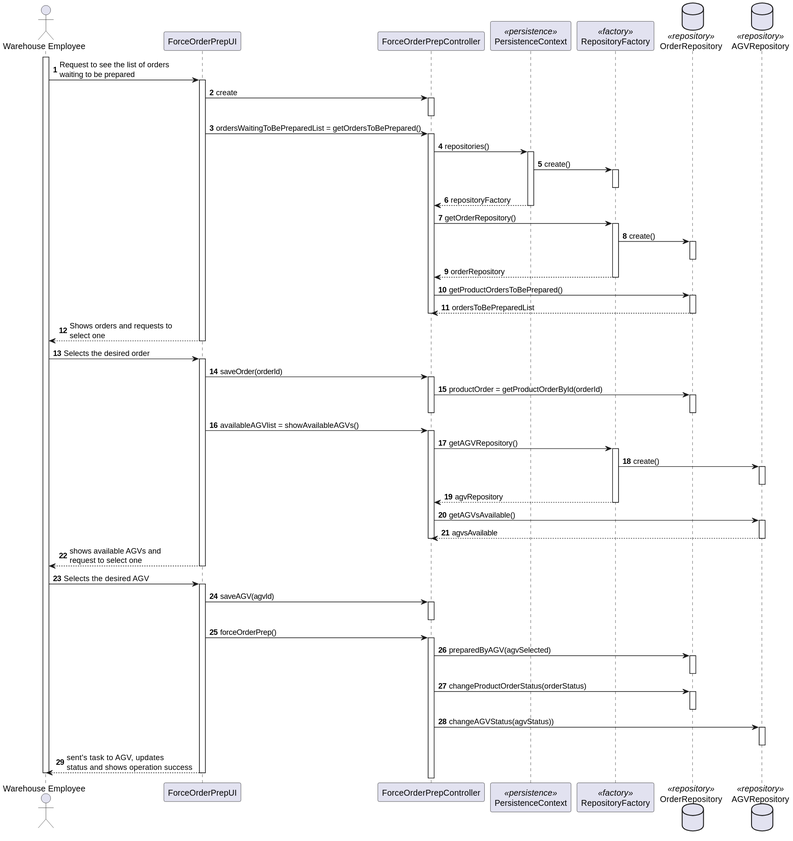
Earlier version of the PlantUML export docs/1201382/US2003/US2003_SD.svg (0franciscor/lei21_22_s4_2de_01).
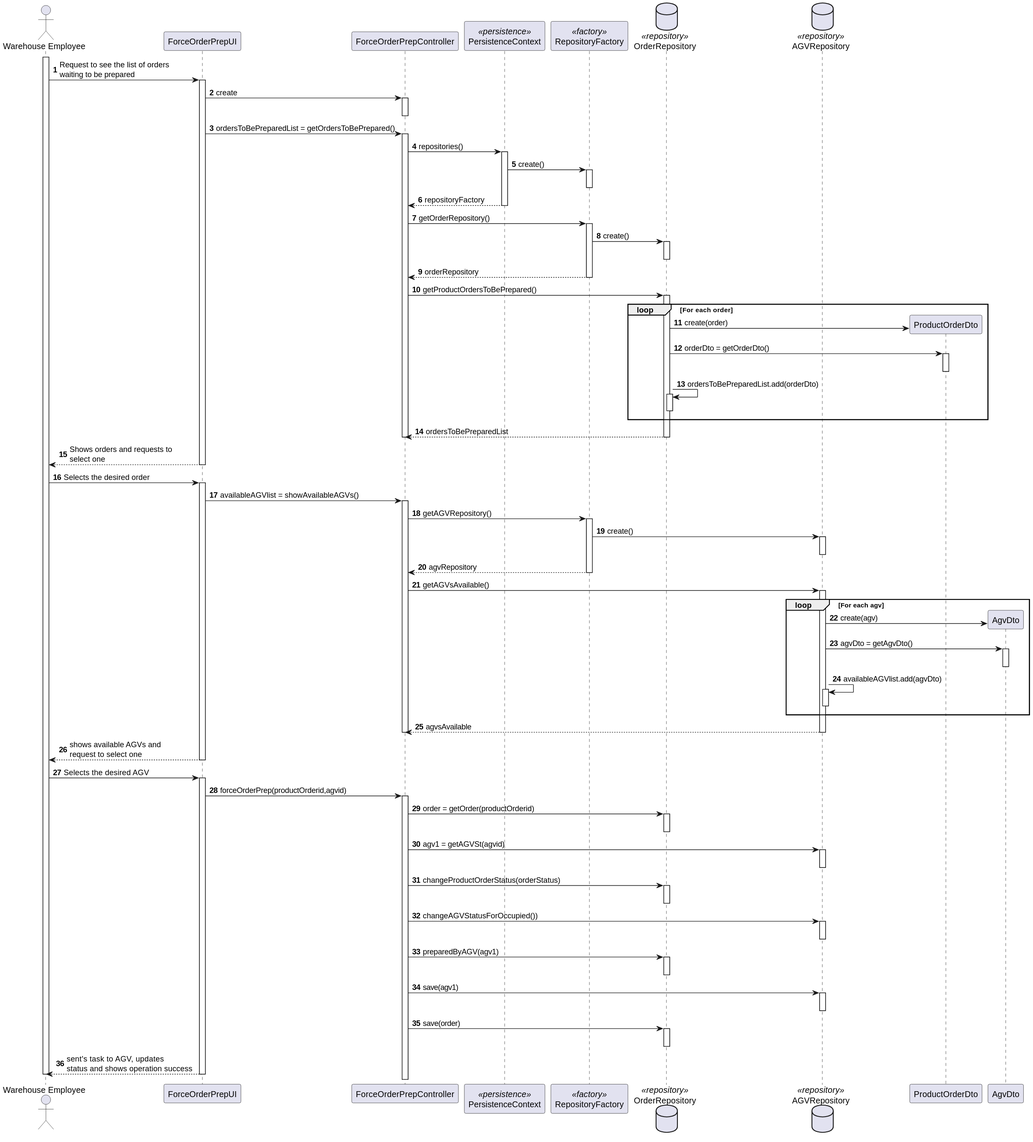
Above is the later version.

Change to the diagram source:
```diff
@@ -7,7 +7,8 @@
 participant RepositoryFactory as FACTORY <<factory>>
 database OrderRepository as REPOSITORY_ORDERS <<repository>>
 database AGVRepository as REPOSITORY_AGV <<repository>>
-
+participant ProductOrderDto as PODTO
+participant AgvDto as AGVDTO
 
 activate WE
 WE -> UI : Request to see the list of orders \nwaiting to be prepared
@@ -15,7 +16,7 @@
 UI -> CTR : create
 activate CTR
 deactivate CTR
-UI -> CTR : ordersWaitingToBePreparedList = getOrdersToBePrepared()
+UI -> CTR : ordersToBePreparedList = getOrdersToBePrepared()
 activate CTR
 
 CTR -> PERSISTENCE : repositories()
@@ -36,7 +37,6 @@
 activate FACTORY
 
 FACTORY -> REPOSITORY_ORDERS : create()
-
 activate REPOSITORY_ORDERS
 deactivate REPOSITORY_ORDERS
 
@@ -46,6 +46,17 @@
 CTR -> REPOSITORY_ORDERS : getProductOrdersToBePrepared()
 
 activate REPOSITORY_ORDERS
+
+loop For each order
+REPOSITORY_ORDERS -> PODTO** : create(order)
+REPOSITORY_ORDERS -> PODTO : orderDto = getOrderDto()
+activate PODTO
+deactivate PODTO
+REPOSITORY_ORDERS -> REPOSITORY_ORDERS : ordersToBePreparedList.add(orderDto)
+activate REPOSITORY_ORDERS
+deactivate REPOSITORY_ORDERS
+end loop
+
 
 REPOSITORY_ORDERS --> CTR : ordersToBePreparedList
 deactivate REPOSITORY_ORDERS
@@ -62,12 +73,7 @@
 
 WE -> UI : Selects the desired order
 activate UI
-UI -> CTR : saveOrder(orderId)
-activate CTR
-CTR -> REPOSITORY_ORDERS : productOrder = getProductOrderById(orderId)
-activate REPOSITORY_ORDERS
-deactivate REPOSITORY_ORDERS
-deactivate CTR
+
 UI -> CTR : availableAGVlist = showAvailableAGVs()
 activate CTR
 
@@ -89,6 +95,16 @@
 
 activate REPOSITORY_AGV
 
+loop For each agv
+REPOSITORY_AGV -> AGVDTO** : create(agv)
+REPOSITORY_AGV -> AGVDTO : agvDto = getAgvDto()
+activate AGVDTO
+deactivate AGVDTO
+REPOSITORY_AGV -> REPOSITORY_AGV : availableAGVlist.add(agvDto)
+activate REPOSITORY_AGV
+deactivate REPOSITORY_AGV
+end loop
+
 REPOSITORY_AGV --> CTR : agvsAvailable
 deactivate REPOSITORY_AGV
 deactivate CTR
@@ -97,20 +113,32 @@
 
 WE -> UI : Selects the desired AGV
 activate UI
-UI -> CTR : saveAGV(agvId)
+UI -> CTR : forceOrderPrep(productOrderid,agvid)
 activate CTR
-deactivate CTR
-UI -> CTR : forceOrderPrep()
-activate CTR
-CTR -> REPOSITORY_ORDERS : preparedByAGV(agvSelected)
+
+CTR -> REPOSITORY_ORDERS : order = getOrder(productOrderid)
 activate REPOSITORY_ORDERS
 deactivate REPOSITORY_ORDERS
+
+CTR -> REPOSITORY_AGV : agv1 = getAGVSt(agvid)
+activate REPOSITORY_AGV
+deactivate REPOSITORY_AGV
+
 CTR -> REPOSITORY_ORDERS : changeProductOrderStatus(orderStatus)
 activate REPOSITORY_ORDERS
 deactivate REPOSITORY_ORDERS
-CTR -> REPOSITORY_AGV : changeAGVStatus(agvStatus))
+CTR -> REPOSITORY_AGV : changeAGVStatusForOccupied())
 activate REPOSITORY_AGV
 deactivate REPOSITORY_AGV
+CTR -> REPOSITORY_ORDERS : preparedByAGV(agv1)
+activate REPOSITORY_ORDERS
+deactivate REPOSITORY_ORDERS
+CTR -> REPOSITORY_AGV : save(agv1)
+activate REPOSITORY_AGV
+deactivate REPOSITORY_AGV
+CTR -> REPOSITORY_ORDERS : save(order)
+activate REPOSITORY_ORDERS
+deactivate REPOSITORY_ORDERS
 
 UI --> WE : sent's task to AGV, updates \nstatus and shows operation success
 deactivate UI
```
